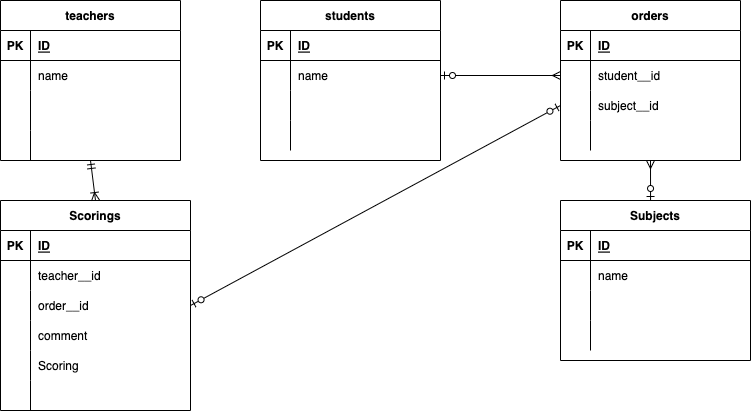
Above: test.drawio.png in daiki239/20220701- (draw.io), before the change. Source tidied: cells renumbered, new cells last; positions are measured from the earlier drawing's top-left corner, leaving out a move shared by most shapes.
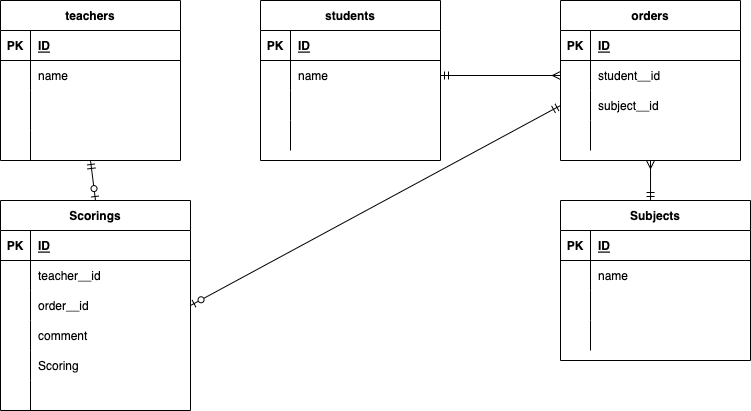
The same file after the commit.

Change to the diagram source:
```diff
@@ -137,7 +137,7 @@
     <mxCell id="46" style="shape=partialRectangle;fillColor=none;top=0;left=0;bottom=0;right=0;align=left;spacingLeft=6;overflow=hidden;" parent="44" vertex="1">
       <mxGeometry x="30" width="160" height="30" as="geometry" />
     </mxCell>
-    <mxCell id="47" style="html=1;targetPerimeterSpacing=8;endArrow=ERoneToMany;endFill=0;startArrow=ERmandOne;startFill=0;entryX=0.5;entryY=0;entryDx=0;entryDy=0;" parent="1" edge="1" target="28">
+    <mxCell id="47" style="html=1;targetPerimeterSpacing=8;endArrow=ERzeroToOne;endFill=0;startArrow=ERmandOne;startFill=0;entryX=0.5;entryY=0;entryDx=0;entryDy=0;" parent="1" edge="1" target="28">
       <mxGeometry relative="1" as="geometry">
         <mxPoint x="90" y="160" as="sourcePoint" />
       </mxGeometry>
@@ -181,7 +181,7 @@
     <mxCell id="60" style="shape=partialRectangle;fillColor=none;top=0;left=0;bottom=0;right=0;align=left;spacingLeft=6;overflow=hidden;" parent="58" vertex="1">
       <mxGeometry x="30" width="150" height="30" as="geometry" />
     </mxCell>
-    <mxCell id="61" style="html=1;targetPerimeterSpacing=8;endArrow=ERmany;endFill=0;startArrow=ERzeroToOne;startFill=0;entryX=0;entryY=0.5;entryDx=0;entryDy=0;exitX=1;exitY=0.5;exitDx=0;exitDy=0;" parent="1" edge="1" source="19" target="52">
+    <mxCell id="61" style="html=1;targetPerimeterSpacing=8;endArrow=ERmany;endFill=0;startArrow=ERmandOne;startFill=0;entryX=0;entryY=0.5;entryDx=0;entryDy=0;exitX=1;exitY=0.5;exitDx=0;exitDy=0;" parent="1" edge="1" source="19" target="52">
       <mxGeometry relative="1" as="geometry" />
     </mxCell>
     <mxCell id="62" value="Subjects" style="shape=table;startSize=30;rowLines=0;fontStyle=1;align=center;" parent="1" vertex="1">
@@ -223,10 +223,10 @@
     <mxCell id="74" style="shape=partialRectangle;fillColor=none;top=0;left=0;bottom=0;right=0;align=left;spacingLeft=6;overflow=hidden;" parent="72" vertex="1">
       <mxGeometry x="30" width="160" height="30" as="geometry" />
     </mxCell>
-    <mxCell id="75" style="html=1;targetPerimeterSpacing=8;endArrow=ERzeroToOne;endFill=0;startArrow=ERmany;startFill=0;entryX=0.474;entryY=0;entryDx=0;entryDy=0;exitX=0.5;exitY=1;exitDx=0;exitDy=0;entryPerimeter=0;" parent="1" edge="1" source="48" target="62">
+    <mxCell id="75" style="html=1;targetPerimeterSpacing=8;endArrow=ERmandOne;endFill=0;startArrow=ERmany;startFill=0;entryX=0.474;entryY=0;entryDx=0;entryDy=0;exitX=0.5;exitY=1;exitDx=0;exitDy=0;entryPerimeter=0;" parent="1" edge="1" source="48" target="62">
       <mxGeometry relative="1" as="geometry" />
     </mxCell>
-    <mxCell id="76" style="html=1;targetPerimeterSpacing=8;endArrow=ERzeroToOne;endFill=0;startArrow=ERzeroToOne;startFill=0;entryX=1;entryY=0.5;entryDx=0;entryDy=0;exitX=0;exitY=0.5;exitDx=0;exitDy=0;" parent="1" edge="1" source="55" target="35">
+    <mxCell id="76" style="html=1;targetPerimeterSpacing=8;endArrow=ERzeroToOne;endFill=0;startArrow=ERmandOne;startFill=0;entryX=1;entryY=0.5;entryDx=0;entryDy=0;exitX=0;exitY=0.5;exitDx=0;exitDy=0;" parent="1" edge="1" source="55" target="35">
       <mxGeometry relative="1" as="geometry" />
     </mxCell>
   </root>
```
